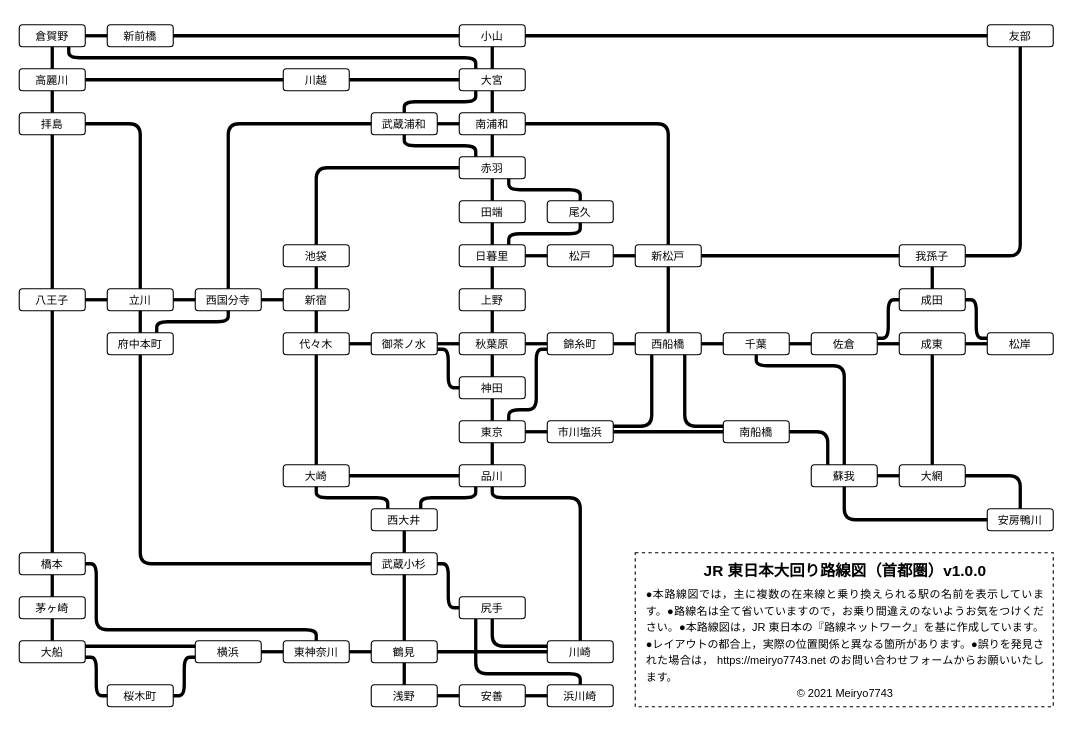
Earlier version of the draw.io diagram Untitled Diagram.drawio (Meiryo7743/railway-maps-for-omawari). Source tidied: cells renumbered, new cells numbered last; positions are measured from the earlier drawing's top-left corner, leaving out a move shared by most shapes. Both pictures are drawn from the tidied source at 110%, with x=0, y=0 at pixel (19, 24).
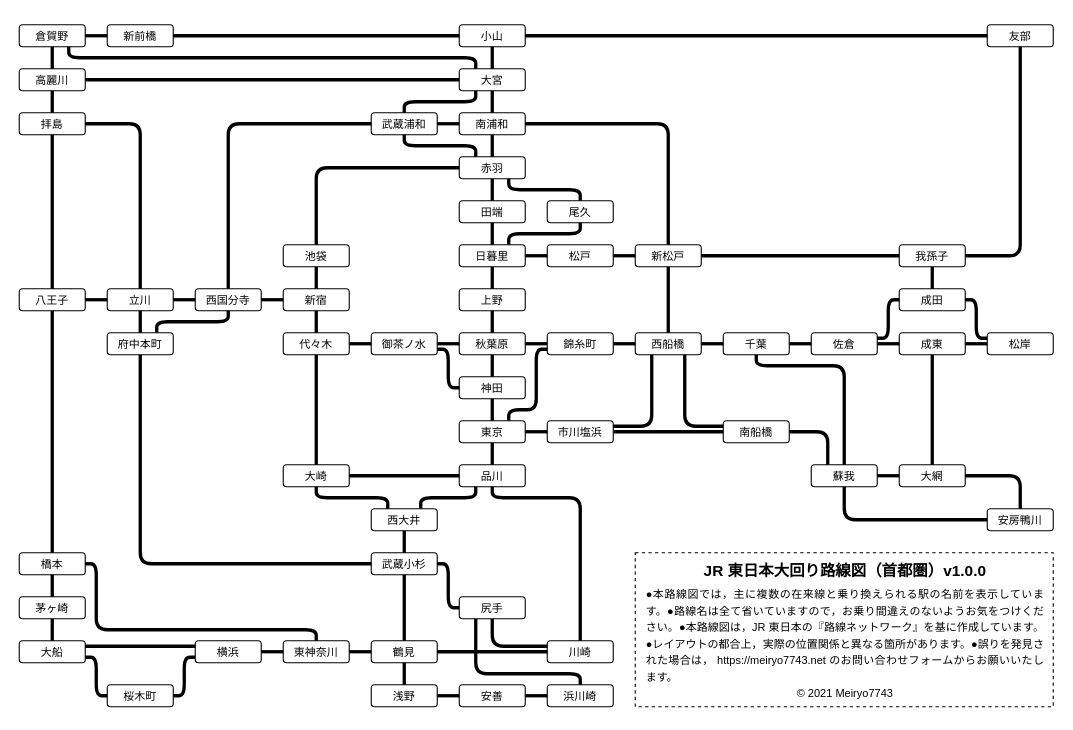
The same page after the edit.

Unchanged cells that the change refers to:
```xml
<mxCell id="4" value="&lt;p style=&quot;line-height: 100%&quot;&gt;高麗川&lt;/p&gt;" style="whiteSpace=wrap;html=1;fontSize=10;fontFamily=Roboto, Source Han Sans;spacing=0;fontStyle=0;rounded=1;" parent="1" vertex="1">
  <mxGeometry y="40" width="60" height="20" as="geometry" />
</mxCell>
<mxCell id="24" value="&lt;p style=&quot;line-height: 100%&quot;&gt;大宮&lt;/p&gt;" style="whiteSpace=wrap;html=1;fontSize=10;fontFamily=Roboto, Source Han Sans;spacing=0;fontStyle=0;rounded=1;" parent="1" vertex="1">
  <mxGeometry x="400" y="40" width="60" height="20" as="geometry" />
</mxCell>
```

Change to the diagram source:
```diff
@@
-    <mxCell id="106" style="endArrow=none;html=1;fontSize=10;entryX=0;entryY=0.5;entryDx=0;entryDy=0;exitX=1;exitY=0.5;exitDx=0;exitDy=0;fontFamily=Roboto, Source Han Sans;strokeWidth=3;" parent="1" edge="1" source="146" target="24">
-      <mxGeometry relative="1" as="geometry" />
-    </mxCell>
@@
-    <mxCell id="146" value="&lt;p style=&quot;line-height: 100%&quot;&gt;川越&lt;/p&gt;" style="whiteSpace=wrap;html=1;fontSize=10;fontFamily=Roboto, Source Han Sans;spacing=0;fontStyle=0;rounded=1;" parent="1" vertex="1">
-      <mxGeometry x="240" y="40" width="60" height="20" as="geometry" />
-    </mxCell>
-    <mxCell id="147" style="endArrow=none;html=1;fontSize=10;entryX=0;entryY=0.5;entryDx=0;entryDy=0;exitX=1;exitY=0.5;exitDx=0;exitDy=0;fontFamily=Roboto, Source Han Sans;strokeWidth=3;" parent="1" edge="1" source="4" target="146">
+    <mxCell id="147" style="endArrow=none;html=1;fontSize=10;entryX=0;entryY=0.5;entryDx=0;entryDy=0;exitX=1;exitY=0.5;exitDx=0;exitDy=0;fontFamily=Roboto, Source Han Sans;strokeWidth=3;" parent="1" edge="1" source="4" target="24">
       <mxGeometry relative="1" as="geometry" />
     </mxCell>
```
